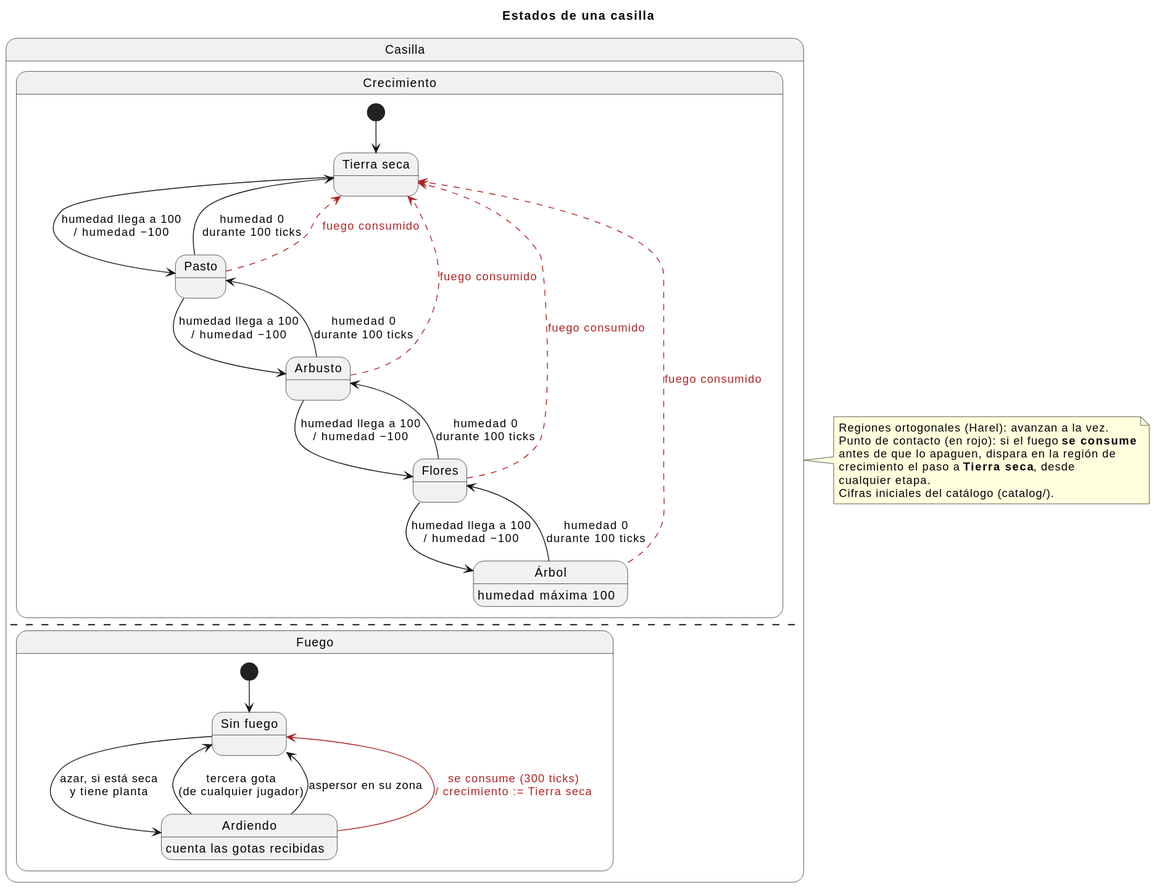
iadev2005/hydrovalley keeps this PlantUML diagram as docs/diagrams/05-estados-casilla.svg. Above is the earlier version.
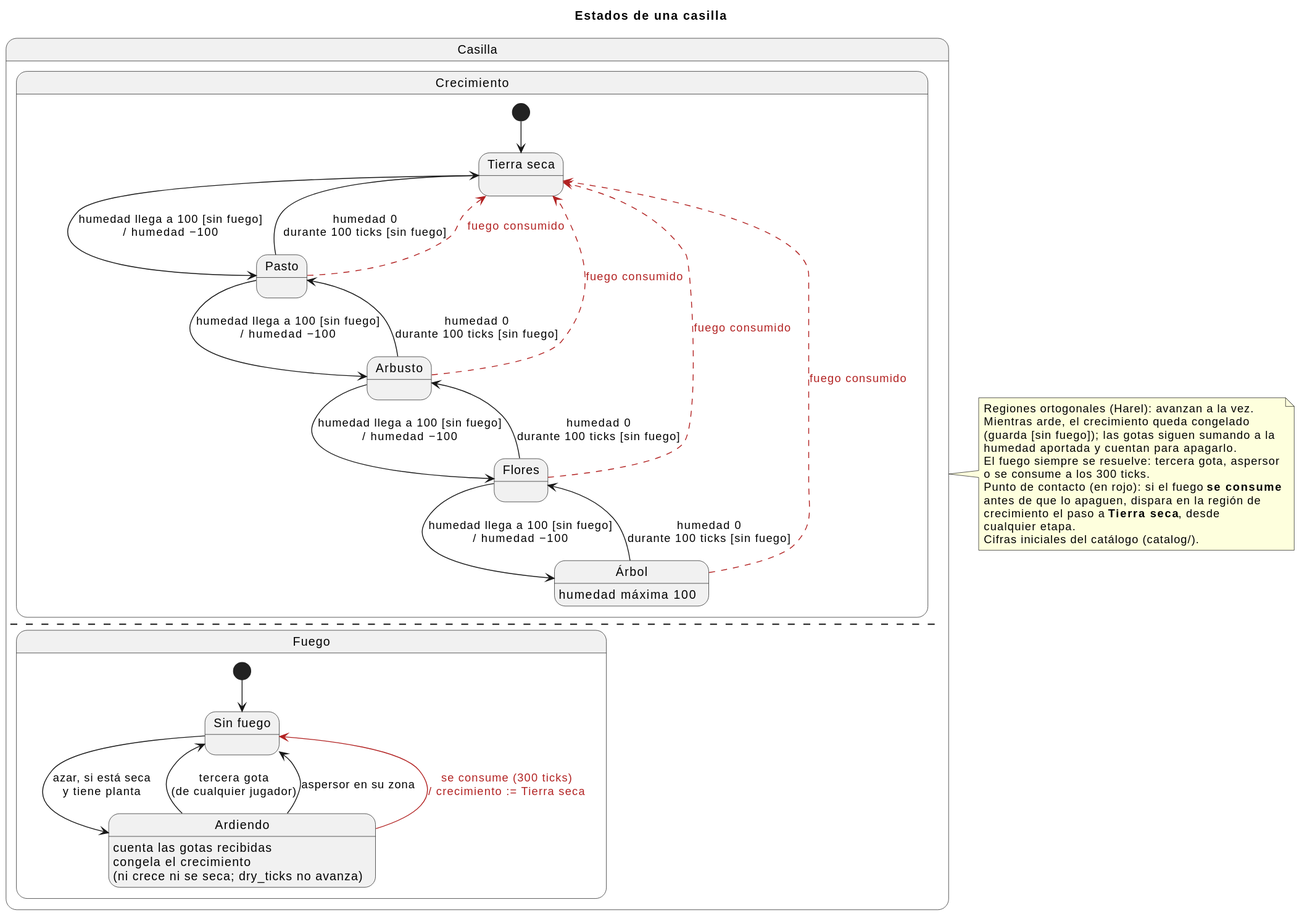
After the change.

The edit, as a diff of the source:
```diff
@@ -11,14 +11,14 @@
     Arbol : humedad máxima 100
 
     [*] --> Seca
-    Seca --> Pasto : humedad llega a 100\n/ humedad −100
-    Pasto --> Arbusto : humedad llega a 100\n/ humedad −100
-    Arbusto --> Flores : humedad llega a 100\n/ humedad −100
-    Flores --> Arbol : humedad llega a 100\n/ humedad −100
-    Arbol --> Flores : humedad 0\ndurante 100 ticks
-    Flores --> Arbusto : humedad 0\ndurante 100 ticks
-    Arbusto --> Pasto : humedad 0\ndurante 100 ticks
-    Pasto --> Seca : humedad 0\ndurante 100 ticks
+    Seca --> Pasto : humedad llega a 100 [sin fuego]\n/ humedad −100
+    Pasto --> Arbusto : humedad llega a 100 [sin fuego]\n/ humedad −100
+    Arbusto --> Flores : humedad llega a 100 [sin fuego]\n/ humedad −100
+    Flores --> Arbol : humedad llega a 100 [sin fuego]\n/ humedad −100
+    Arbol --> Flores : humedad 0\ndurante 100 ticks [sin fuego]
+    Flores --> Arbusto : humedad 0\ndurante 100 ticks [sin fuego]
+    Arbusto --> Pasto : humedad 0\ndurante 100 ticks [sin fuego]
+    Pasto --> Seca : humedad 0\ndurante 100 ticks [sin fuego]
     Pasto -[#B22222,dashed]-> Seca : <color:#B22222>fuego consumido</color>
     Arbusto -[#B22222,dashed]-> Seca : <color:#B22222>fuego consumido</color>
     Flores -[#B22222,dashed]-> Seca : <color:#B22222>fuego consumido</color>
@@ -29,6 +29,7 @@
     state "Sin fuego" as SinFuego
     state "Ardiendo" as Ardiendo
     Ardiendo : cuenta las gotas recibidas
+    Ardiendo : congela el crecimiento\n(ni crece ni se seca; dry_ticks no avanza)
 
     [*] --> SinFuego
     SinFuego --> Ardiendo : azar, si está seca\ny tiene planta
@@ -40,6 +41,11 @@
 
 note right of Casilla
   Regiones ortogonales (Harel): avanzan a la vez.
+  Mientras arde, el crecimiento queda congelado
+  (guarda [sin fuego]); las gotas siguen sumando a la
+  humedad aportada y cuentan para apagarlo.
+  El fuego siempre se resuelve: tercera gota, aspersor
+  o se consume a los 300 ticks.
   Punto de contacto (en rojo): si el fuego <b>se consume</b>
   antes de que lo apaguen, dispara en la región de
   crecimiento el paso a <b>Tierra seca</b>, desde
```
